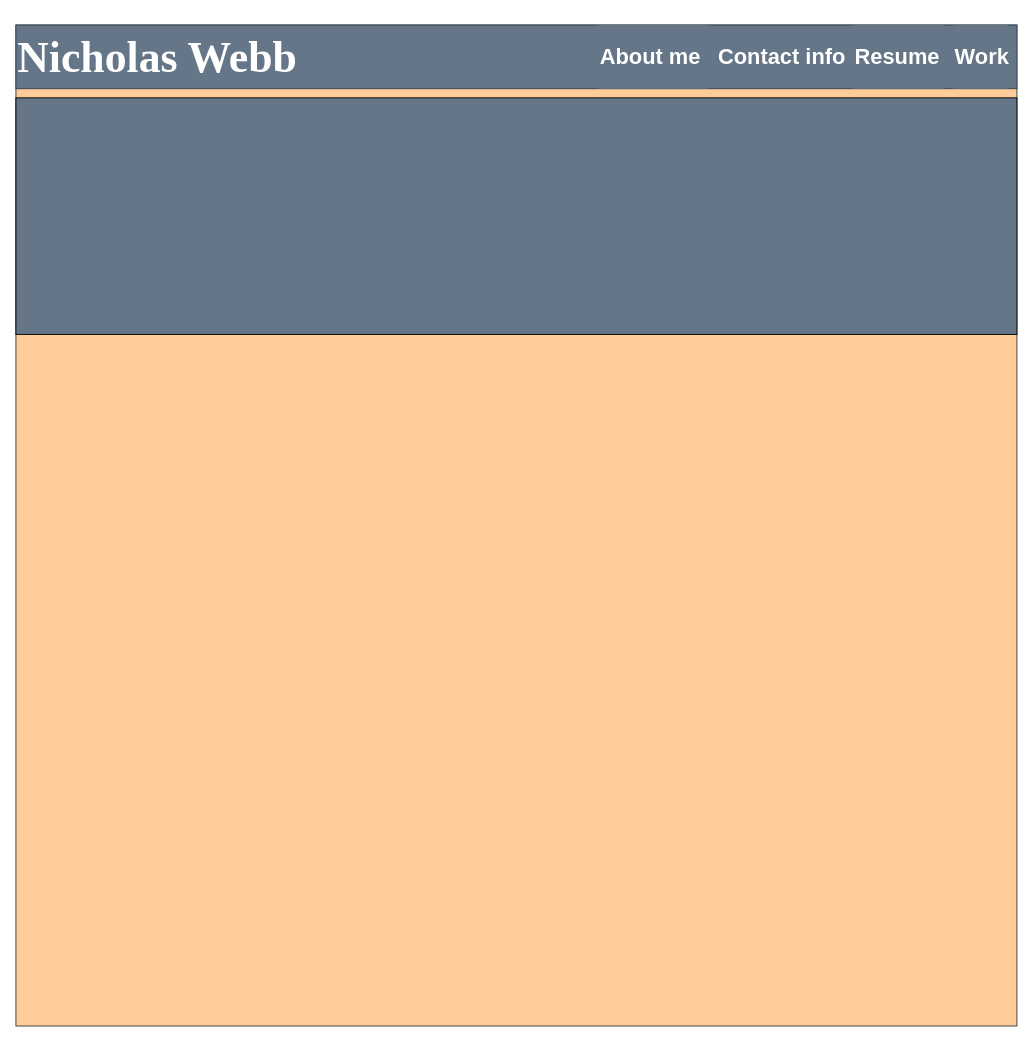
Above: wireframe.drawio in Kingnick253/Nicholas-Webb-Portfolio (draw.io), before the change. Source tidied: cells renumbered, new cells numbered last; positions are measured from the earlier drawing's top-left corner, leaving out a move shared by most shapes. Both pictures are drawn from the tidied source at 91%, with x=0, y=0 at pixel (15, 25).
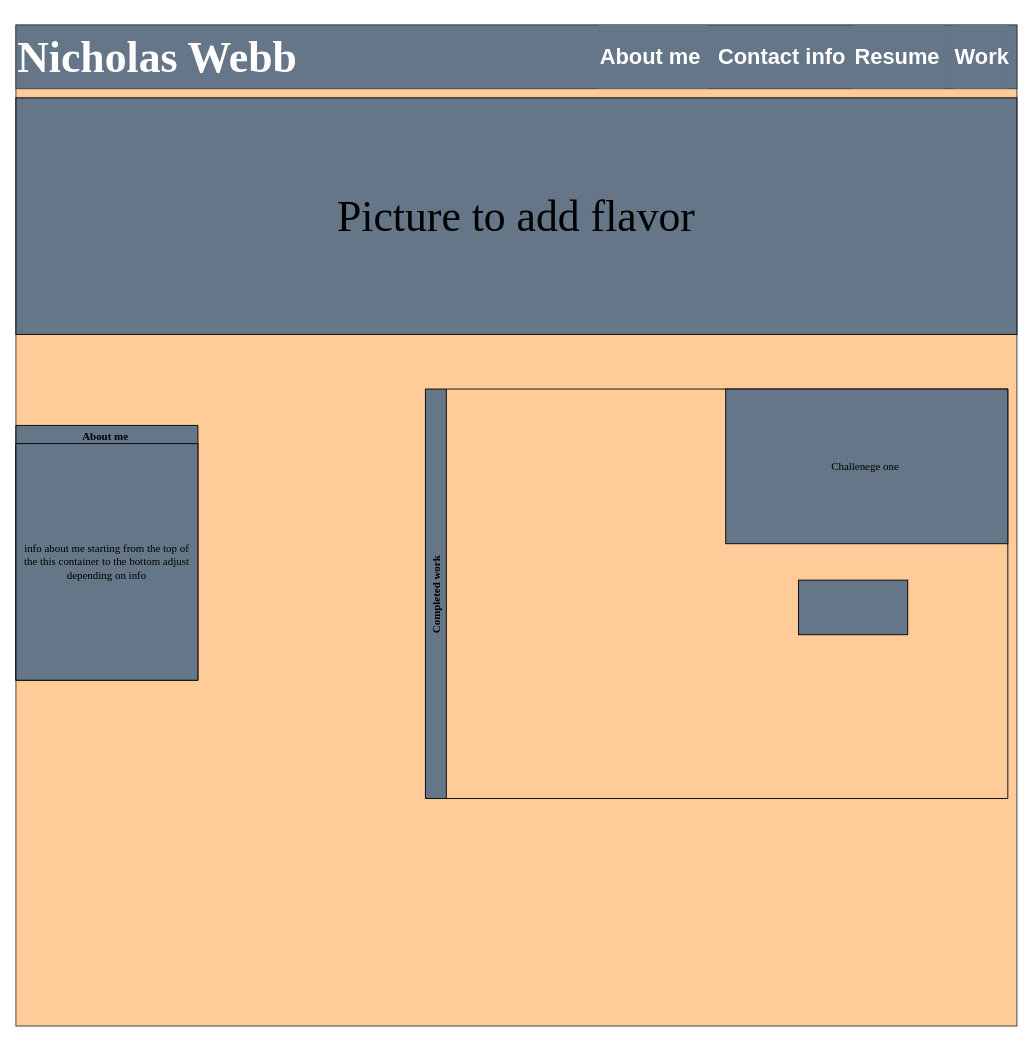
The same page after the edit.

Commit message:
Added more ideas to the wireframe

Change to the diagram source:
```diff
@@
 <mxGraphModel>
   <root>
     <mxCell id="0" />
     <mxCell id="1" parent="0" />
     <mxCell id="2" style="whiteSpace=wrap;html=1;fillColor=#ffcc99;strokeColor=#36393d;" parent="1" vertex="1">
       <mxGeometry width="1100" height="1100" as="geometry" />
     </mxCell>
     <mxCell id="3" value="&lt;h1&gt;&lt;font face=&quot;Times New Roman&quot; style=&quot;font-size: 48px&quot;&gt;Nicholas Webb&lt;/font&gt;&lt;/h1&gt;" style="rounded=0;whiteSpace=wrap;html=1;fillColor=#647687;strokeColor=#314354;fontColor=#ffffff;align=left;" parent="1" vertex="1">
       <mxGeometry width="1100" height="70" as="geometry" />
     </mxCell>
     <mxCell id="4" value="&lt;h1&gt;About me&lt;/h1&gt;" style="rounded=0;whiteSpace=wrap;html=1;fillColor=#647687;strokeColor=none;fontColor=#ffffff;align=left;" parent="1" vertex="1">
       <mxGeometry x="640" width="120" height="70" as="geometry" />
     </mxCell>
     <mxCell id="5" value="&lt;h1&gt;Contact info&lt;/h1&gt;" style="rounded=0;whiteSpace=wrap;html=1;fillColor=none;strokeColor=none;fontColor=#ffffff;align=left;" parent="1" vertex="1">
       <mxGeometry x="770" width="160" height="70" as="geometry" />
     </mxCell>
     <mxCell id="6" value="&lt;h1&gt;Resume&lt;/h1&gt;" style="rounded=0;whiteSpace=wrap;html=1;fillColor=#647687;strokeColor=none;fontColor=#ffffff;align=left;" parent="1" vertex="1">
       <mxGeometry x="920" width="100" height="70" as="geometry" />
     </mxCell>
     <mxCell id="7" value="&lt;h1&gt;Work&lt;/h1&gt;" style="rounded=0;whiteSpace=wrap;html=1;fillColor=#647687;strokeColor=none;fontColor=#ffffff;align=left;" parent="1" vertex="1">
       <mxGeometry x="1030" width="60" height="70" as="geometry" />
     </mxCell>
-    <mxCell id="8" style="rounded=0;whiteSpace=wrap;html=1;fontFamily=Times New Roman;fontSize=48;strokeColor=default;fillColor=#647687;" parent="1" vertex="1">
+    <mxCell id="8" value="Picture to add flavor" style="rounded=0;whiteSpace=wrap;html=1;fontFamily=Times New Roman;fontSize=48;strokeColor=default;fillColor=#647687;" parent="1" vertex="1">
       <mxGeometry y="80" width="1100" height="260" as="geometry" />
     </mxCell>
+    <mxCell id="9" value="About me " style="swimlane;fontFamily=Times New Roman;fontSize=12;strokeColor=default;fillColor=#647687;" parent="1" vertex="1">
+      <mxGeometry y="440" width="200" height="280" as="geometry" />
+    </mxCell>
+    <mxCell id="10" value="info about me starting from the top of the this container to the bottom adjust depending on info" style="rounded=0;whiteSpace=wrap;html=1;fontFamily=Times New Roman;fontSize=12;strokeColor=default;fillColor=#647687;" parent="1" vertex="1">
+      <mxGeometry y="460" width="200" height="260" as="geometry" />
+    </mxCell>
+    <mxCell id="11" value="Completed work" style="swimlane;horizontal=0;fontFamily=Times New Roman;fontSize=12;strokeColor=default;fillColor=#647687;" parent="1" vertex="1">
+      <mxGeometry x="450" y="400" width="640" height="450" as="geometry" />
+    </mxCell>
+    <mxCell id="12" value="Challenege one&amp;nbsp;" style="rounded=0;whiteSpace=wrap;html=1;fontFamily=Times New Roman;fontSize=12;strokeColor=default;fillColor=#647687;" parent="1" vertex="1">
+      <mxGeometry x="780" y="400" width="310" height="170" as="geometry" />
+    </mxCell>
+    <mxCell id="13" style="rounded=0;whiteSpace=wrap;html=1;fontFamily=Times New Roman;fontSize=12;strokeColor=default;fillColor=#647687;" parent="1" vertex="1">
+      <mxGeometry x="860" y="610" width="120" height="60" as="geometry" />
+    </mxCell>
   </root>
 </mxGraphModel>
```
